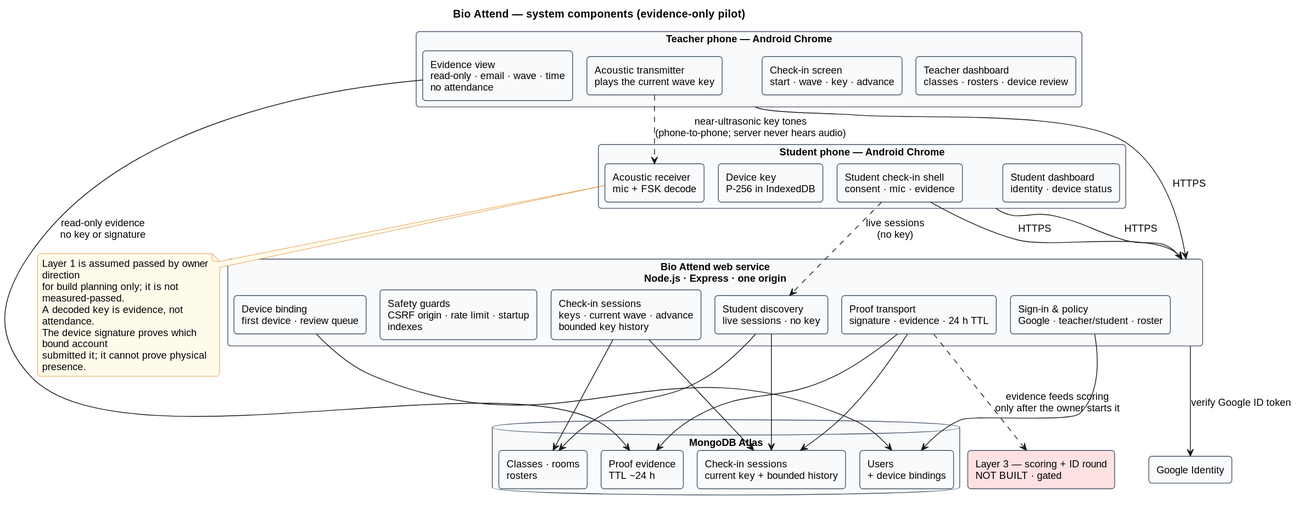
Earlier version of the PlantUML export docs/diagrams/system-components.svg (12SHIVANSH-SINGH/Capstone-7th-sem).
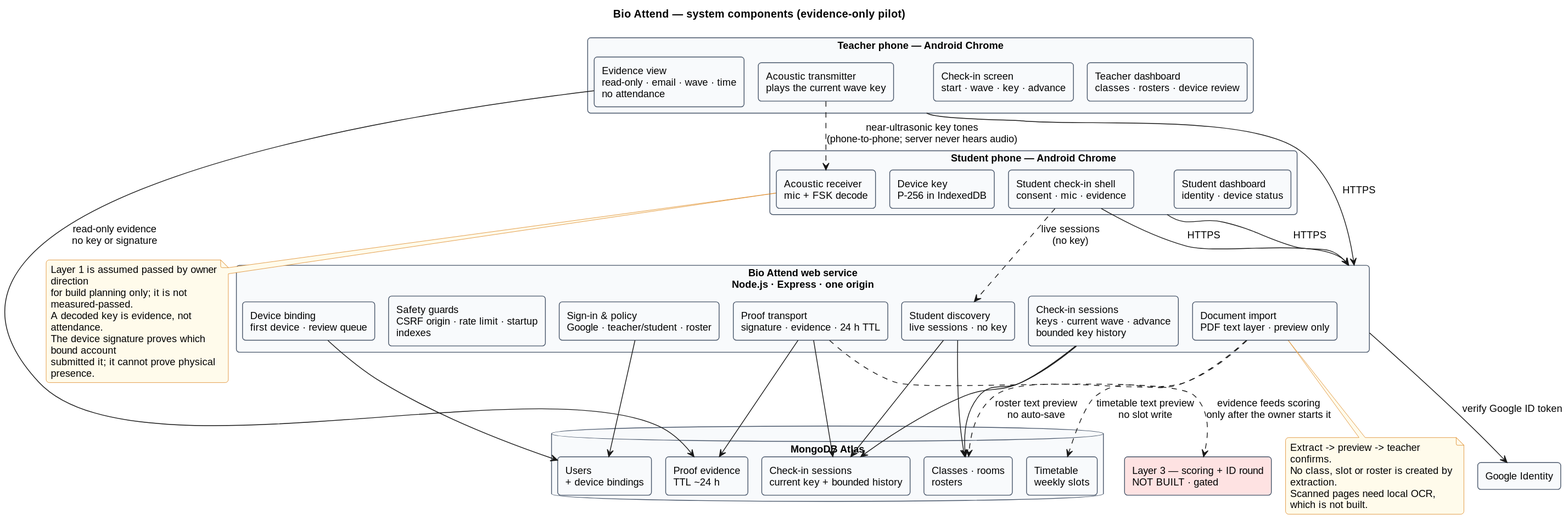
After the commit.

Change to the diagram source:
```diff
@@ -42,6 +42,7 @@
   rectangle "Check-in sessions\nkeys · current wave · advance\nbounded key history" as SESS
   rectangle "Student discovery\nlive sessions · no key" as DISC
   rectangle "Proof transport\nsignature · evidence · 24 h TTL" as PROOF
+  rectangle "Document import\nPDF text layer · preview only" as DOC
   rectangle "Safety guards\nCSRF origin · rate limit · startup indexes" as GUARD
 }
 
@@ -50,6 +51,7 @@
   rectangle "Classes · rooms\nrosters" as C
   rectangle "Check-in sessions\ncurrent key + bounded history" as S
   rectangle "Proof evidence\nTTL ~24 h" as P
+  rectangle "Timetable\nweekly slots" as T
 }
 
 rectangle "Google Identity" as G
@@ -70,6 +72,8 @@
 DISC --> S
 PROOF --> S
 PROOF --> P
+DOC ..> C : roster text preview\nno auto-save
+DOC ..> T : timetable text preview\nno slot write
 PROOF ..> L3 : evidence feeds scoring\nonly after the owner starts it
 
 note bottom of RX
@@ -79,4 +83,10 @@
   The device signature proves which bound account
   submitted it; it cannot prove physical presence.
 end note
+
+note bottom of DOC
+  Extract -> preview -> teacher confirms.
+  No class, slot or roster is created by extraction.
+  Scanned pages need local OCR, which is not built.
+end note
 @enduml
```
